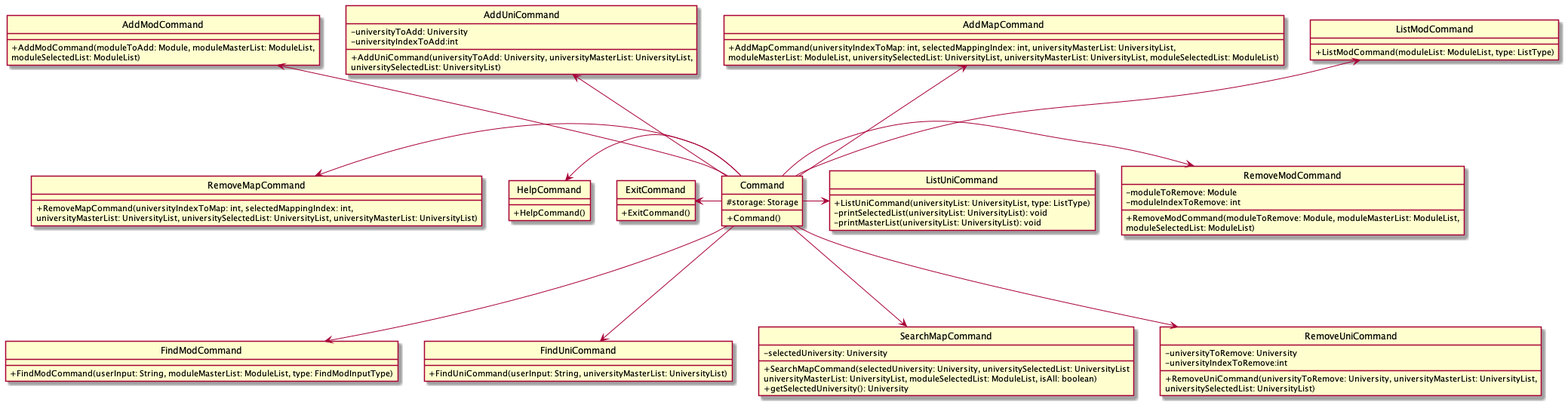
nus-cs2113-AY2122S1/tp keeps this PlantUML diagram as docs/images/command.png. Above is the earlier version.
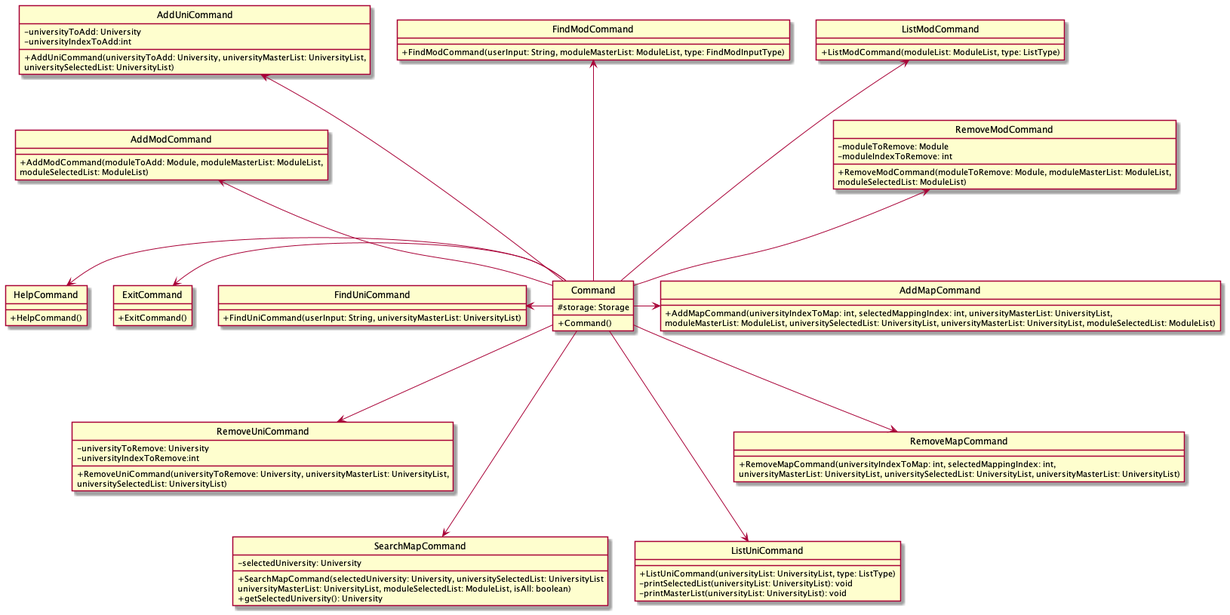
Later version of the same file.

Commit message:
update command class diagram

Change to the diagram source:
```diff
@@ -6,20 +6,18 @@
 skinparam maxLength 128
 
 AddModCommand <--- Command
-AddUniCommand <--- Command
-AddMapCommand <--- Command
-ListModCommand <--- Command
-RemoveMapCommand <- Command
+AddUniCommand <---- Command
+FindModCommand <---- Command
+ListModCommand <---- Command
+RemoveModCommand <--- Command
 HelpCommand <- Command
 ExitCommand <- Command
-Command -> RemoveModCommand
-Command -> ListUniCommand
-Command ---> FindModCommand
-Command ---> FindUniCommand
-Command ---> SearchMapCommand
+FindUniCommand <- Command
+Command -> AddMapCommand
 Command ---> RemoveUniCommand
-
-
+Command ----> SearchMapCommand
+Command ----> ListUniCommand
+Command ---> RemoveMapCommand
 
 class Command {
     # storage: Storage
```
